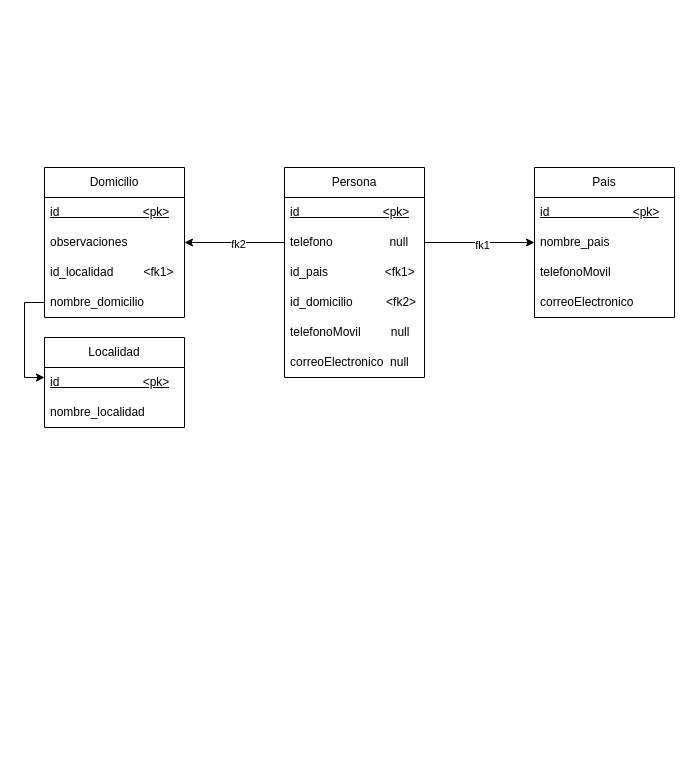
Logan6422/UMLDiagrams keeps this draw.io diagram as UmlFisico/Practicas/Practica4_clases.drawio. Above is the earlier version. Source tidied: cells renumbered, new cells numbered last; positions are measured from the earlier drawing's top-left corner, leaving out a move shared by most shapes. Both pictures are drawn from the tidied source at 100%, with x=0, y=0 at pixel (44, 167).
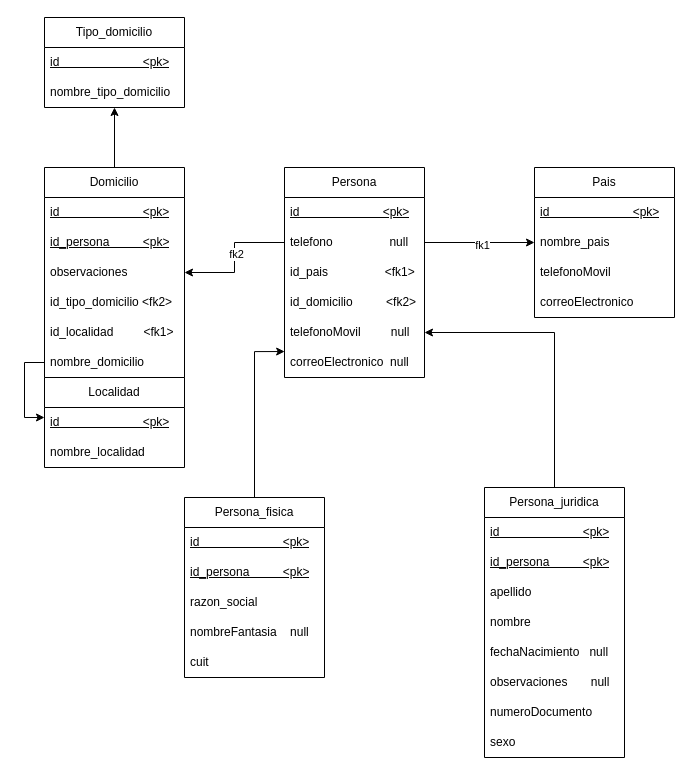
After the change.

Unchanged cells that the change refers to:
```xml
<mxCell id="7" value="telefonoMovil&amp;nbsp;&amp;nbsp;&amp;nbsp;&amp;nbsp;&amp;nbsp;&amp;nbsp;&amp;nbsp;&amp;nbsp; null" style="text;strokeColor=none;fillColor=none;align=left;verticalAlign=middle;spacingLeft=4;spacingRight=4;overflow=hidden;points=[[0,0.5],[1,0.5]];portConstraint=eastwest;whiteSpace=wrap;html=1;" parent="2" vertex="1">
  <mxGeometry y="150" width="140" height="30" as="geometry" />
</mxCell>
<mxCell id="8" value="correoElectronico&amp;nbsp; null" style="text;strokeColor=none;fillColor=none;align=left;verticalAlign=middle;spacingLeft=4;spacingRight=4;overflow=hidden;points=[[0,0.5],[1,0.5]];portConstraint=eastwest;whiteSpace=wrap;html=1;" parent="2" vertex="1">
  <mxGeometry y="180" width="140" height="30" as="geometry" />
</mxCell>
```

Change to the diagram source:
```diff
@@
     <mxCell id="16" value="Domicilio" style="swimlane;fontStyle=0;horizontal=1;startSize=30;whiteSpace=wrap;html=1;" parent="1" vertex="1">
-      <mxGeometry width="140" height="150" as="geometry" />
+      <mxGeometry width="140" height="210" as="geometry" />
     </mxCell>
@@
+    <mxCell id="27" value="&lt;u&gt;id_persona&amp;nbsp; &amp;nbsp;&amp;nbsp;&amp;nbsp;&amp;nbsp;&amp;nbsp;&amp;nbsp;&amp;nbsp; &amp;lt;pk&amp;gt;&lt;/u&gt;" style="text;strokeColor=none;fillColor=none;align=left;verticalAlign=middle;spacingLeft=4;spacingRight=4;overflow=hidden;whiteSpace=wrap;html=1;" parent="16" vertex="1">
+      <mxGeometry y="60" width="140" height="30" as="geometry" />
+    </mxCell>
     <mxCell id="18" value="observaciones" style="text;strokeColor=none;fillColor=none;align=left;verticalAlign=middle;spacingLeft=4;spacingRight=4;overflow=hidden;points=[[0,0.5],[1,0.5]];portConstraint=eastwest;whiteSpace=wrap;html=1;" parent="16" vertex="1">
-      <mxGeometry y="60" width="140" height="30" as="geometry" />
+      <mxGeometry y="90" width="140" height="30" as="geometry" />
     </mxCell>
+    <mxCell id="28" value="id_tipo_domicilio &amp;lt;fk2&amp;gt;" style="text;strokeColor=none;fillColor=none;align=left;verticalAlign=middle;spacingLeft=4;spacingRight=4;overflow=hidden;whiteSpace=wrap;html=1;" parent="16" vertex="1">
+      <mxGeometry y="120" width="140" height="30" as="geometry" />
+    </mxCell>
     <mxCell id="19" value="id_localidad&amp;nbsp; &amp;nbsp;&amp;nbsp;&amp;nbsp;&amp;nbsp;&amp;nbsp;&amp;nbsp; &amp;lt;fk1&amp;gt;" style="text;strokeColor=none;fillColor=none;align=left;verticalAlign=middle;spacingLeft=4;spacingRight=4;overflow=hidden;whiteSpace=wrap;html=1;" parent="16" vertex="1">
-      <mxGeometry y="90" width="140" height="30" as="geometry" />
+      <mxGeometry y="150" width="140" height="30" as="geometry" />
     </mxCell>
     <mxCell id="20" value="nombre_domicilio" style="text;strokeColor=none;fillColor=none;align=left;verticalAlign=middle;spacingLeft=4;spacingRight=4;overflow=hidden;points=[[0,0.5],[1,0.5]];portConstraint=eastwest;whiteSpace=wrap;html=1;" parent="16" vertex="1">
-      <mxGeometry y="120" width="140" height="30" as="geometry" />
+      <mxGeometry y="180" width="140" height="30" as="geometry" />
     </mxCell>
@@
     <mxCell id="23" value="Localidad" style="swimlane;fontStyle=0;horizontal=1;startSize=30;whiteSpace=wrap;html=1;" parent="1" vertex="1">
-      <mxGeometry y="170" width="140" height="90" as="geometry" />
+      <mxGeometry y="210" width="140" height="90" as="geometry" />
     </mxCell>
@@
+    <mxCell id="29" value="Tipo_domicilio" style="swimlane;fontStyle=0;horizontal=1;startSize=30;whiteSpace=wrap;html=1;" parent="1" vertex="1">
+      <mxGeometry y="-150" width="140" height="90" as="geometry" />
+    </mxCell>
+    <mxCell id="30" value="&lt;u&gt;id&amp;nbsp;&amp;nbsp;&amp;nbsp;&amp;nbsp;&amp;nbsp;&amp;nbsp;&amp;nbsp;&amp;nbsp;&amp;nbsp;&amp;nbsp;&amp;nbsp;&amp;nbsp;&amp;nbsp;&amp;nbsp;&amp;nbsp;&amp;nbsp;&amp;nbsp;&amp;nbsp;&amp;nbsp;&amp;nbsp;&amp;nbsp;&amp;nbsp;&amp;nbsp;&amp;nbsp; &amp;lt;pk&amp;gt;&lt;/u&gt;" style="text;strokeColor=none;fillColor=none;align=left;verticalAlign=middle;spacingLeft=4;spacingRight=4;overflow=hidden;whiteSpace=wrap;html=1;" parent="29" vertex="1">
+      <mxGeometry y="30" width="140" height="30" as="geometry" />
+    </mxCell>
+    <mxCell id="31" value="nombre_tipo_domicilio" style="text;strokeColor=none;fillColor=none;align=left;verticalAlign=middle;spacingLeft=4;spacingRight=4;overflow=hidden;points=[[0,0.5],[1,0.5]];portConstraint=eastwest;whiteSpace=wrap;html=1;" parent="29" vertex="1">
+      <mxGeometry y="60" width="140" height="30" as="geometry" />
+    </mxCell>
+    <mxCell id="32" style="edgeStyle=orthogonalEdgeStyle;rounded=0;jettySize=auto;html=1;entryX=0.5;entryY=1;entryDx=0;entryDy=0;entryPerimeter=0;" parent="1" edge="1" source="16" target="31">
+      <mxGeometry relative="1" as="geometry" />
+    </mxCell>
+    <mxCell id="33" value="Persona_fisica" style="swimlane;fontStyle=0;horizontal=1;startSize=30;whiteSpace=wrap;html=1;" parent="1" vertex="1">
+      <mxGeometry x="140" y="330" width="140" height="180" as="geometry" />
+    </mxCell>
+    <mxCell id="34" value="&lt;u&gt;id&amp;nbsp;&amp;nbsp;&amp;nbsp;&amp;nbsp;&amp;nbsp;&amp;nbsp;&amp;nbsp;&amp;nbsp;&amp;nbsp;&amp;nbsp;&amp;nbsp;&amp;nbsp;&amp;nbsp;&amp;nbsp;&amp;nbsp;&amp;nbsp;&amp;nbsp;&amp;nbsp;&amp;nbsp;&amp;nbsp;&amp;nbsp;&amp;nbsp;&amp;nbsp;&amp;nbsp; &amp;lt;pk&amp;gt;&lt;/u&gt;" style="text;strokeColor=none;fillColor=none;align=left;verticalAlign=middle;spacingLeft=4;spacingRight=4;overflow=hidden;whiteSpace=wrap;html=1;" parent="33" vertex="1">
+      <mxGeometry y="30" width="140" height="30" as="geometry" />
+    </mxCell>
+    <mxCell id="35" value="&lt;u&gt;id_persona &amp;nbsp; &amp;nbsp;&amp;nbsp;&amp;nbsp;&amp;nbsp;&amp;nbsp;&amp;nbsp; &amp;lt;pk&amp;gt;&lt;/u&gt;" style="text;strokeColor=none;fillColor=none;align=left;verticalAlign=middle;spacingLeft=4;spacingRight=4;overflow=hidden;whiteSpace=wrap;html=1;" parent="33" vertex="1">
+      <mxGeometry y="60" width="140" height="30" as="geometry" />
+    </mxCell>
+    <mxCell id="36" value="razon_social&amp;nbsp;&amp;nbsp;&amp;nbsp;&amp;nbsp;&amp;nbsp; " style="text;strokeColor=none;fillColor=none;align=left;verticalAlign=middle;spacingLeft=4;spacingRight=4;overflow=hidden;whiteSpace=wrap;html=1;" parent="33" vertex="1">
+      <mxGeometry y="90" width="140" height="30" as="geometry" />
+    </mxCell>
+    <mxCell id="37" value="nombreFantasia&amp;nbsp;&amp;nbsp;&amp;nbsp; null" style="text;strokeColor=none;fillColor=none;align=left;verticalAlign=middle;spacingLeft=4;spacingRight=4;overflow=hidden;whiteSpace=wrap;html=1;" parent="33" vertex="1">
+      <mxGeometry y="120" width="140" height="30" as="geometry" />
+    </mxCell>
+    <mxCell id="38" value="cuit" style="text;strokeColor=none;fillColor=none;align=left;verticalAlign=middle;spacingLeft=4;spacingRight=4;overflow=hidden;whiteSpace=wrap;html=1;" parent="33" vertex="1">
+      <mxGeometry y="150" width="140" height="30" as="geometry" />
+    </mxCell>
+    <mxCell id="39" style="edgeStyle=orthogonalEdgeStyle;rounded=0;jettySize=auto;html=1;entryX=1;entryY=0.5;entryDx=0;entryDy=0;" parent="1" edge="1" source="40" target="7">
+      <mxGeometry relative="1" as="geometry" />
+    </mxCell>
+    <mxCell id="40" value="Persona_juridica" style="swimlane;fontStyle=0;horizontal=1;startSize=30;whiteSpace=wrap;html=1;" parent="1" vertex="1">
+      <mxGeometry x="440" y="320" width="140" height="270" as="geometry" />
+    </mxCell>
+    <mxCell id="41" value="&lt;u&gt;id&amp;nbsp;&amp;nbsp;&amp;nbsp;&amp;nbsp;&amp;nbsp;&amp;nbsp;&amp;nbsp;&amp;nbsp;&amp;nbsp;&amp;nbsp;&amp;nbsp;&amp;nbsp;&amp;nbsp;&amp;nbsp;&amp;nbsp;&amp;nbsp;&amp;nbsp;&amp;nbsp;&amp;nbsp;&amp;nbsp;&amp;nbsp;&amp;nbsp;&amp;nbsp;&amp;nbsp; &amp;lt;pk&amp;gt;&lt;/u&gt;" style="text;strokeColor=none;fillColor=none;align=left;verticalAlign=middle;spacingLeft=4;spacingRight=4;overflow=hidden;whiteSpace=wrap;html=1;" parent="40" vertex="1">
+      <mxGeometry y="30" width="140" height="30" as="geometry" />
+    </mxCell>
+    <mxCell id="42" value="&lt;u&gt;id_persona &amp;nbsp; &amp;nbsp;&amp;nbsp;&amp;nbsp;&amp;nbsp;&amp;nbsp;&amp;nbsp; &amp;lt;pk&amp;gt;&lt;/u&gt;" style="text;strokeColor=none;fillColor=none;align=left;verticalAlign=middle;spacingLeft=4;spacingRight=4;overflow=hidden;whiteSpace=wrap;html=1;" parent="40" vertex="1">
+      <mxGeometry y="60" width="140" height="30" as="geometry" />
+    </mxCell>
+    <mxCell id="43" value="apellido" style="text;strokeColor=none;fillColor=none;align=left;verticalAlign=middle;spacingLeft=4;spacingRight=4;overflow=hidden;whiteSpace=wrap;html=1;" parent="40" vertex="1">
+      <mxGeometry y="90" width="140" height="30" as="geometry" />
+    </mxCell>
+    <mxCell id="44" value="nombre" style="text;strokeColor=none;fillColor=none;align=left;verticalAlign=middle;spacingLeft=4;spacingRight=4;overflow=hidden;whiteSpace=wrap;html=1;" parent="40" vertex="1">
+      <mxGeometry y="120" width="140" height="30" as="geometry" />
+    </mxCell>
+    <mxCell id="45" value="fechaNacimiento&amp;nbsp;&amp;nbsp; null" style="text;strokeColor=none;fillColor=none;align=left;verticalAlign=middle;spacingLeft=4;spacingRight=4;overflow=hidden;whiteSpace=wrap;html=1;" parent="40" vertex="1">
+      <mxGeometry y="150" width="140" height="30" as="geometry" />
+    </mxCell>
+    <mxCell id="46" value="observaciones&amp;nbsp;&amp;nbsp;&amp;nbsp;&amp;nbsp;&amp;nbsp;&amp;nbsp; null" style="text;strokeColor=none;fillColor=none;align=left;verticalAlign=middle;spacingLeft=4;spacingRight=4;overflow=hidden;whiteSpace=wrap;html=1;" parent="40" vertex="1">
+      <mxGeometry y="180" width="140" height="30" as="geometry" />
+    </mxCell>
+    <mxCell id="47" value="numeroDocumento" style="text;strokeColor=none;fillColor=none;align=left;verticalAlign=middle;spacingLeft=4;spacingRight=4;overflow=hidden;whiteSpace=wrap;html=1;" parent="40" vertex="1">
+      <mxGeometry y="210" width="140" height="30" as="geometry" />
+    </mxCell>
+    <mxCell id="48" value="sexo" style="text;strokeColor=none;fillColor=none;align=left;verticalAlign=middle;spacingLeft=4;spacingRight=4;overflow=hidden;whiteSpace=wrap;html=1;" parent="40" vertex="1">
+      <mxGeometry y="240" width="140" height="30" as="geometry" />
+    </mxCell>
+    <mxCell id="49" style="edgeStyle=orthogonalEdgeStyle;rounded=0;jettySize=auto;html=1;entryX=0.001;entryY=0.135;entryDx=0;entryDy=0;entryPerimeter=0;" parent="1" edge="1" source="33" target="8">
+      <mxGeometry relative="1" as="geometry" />
+    </mxCell>
```
